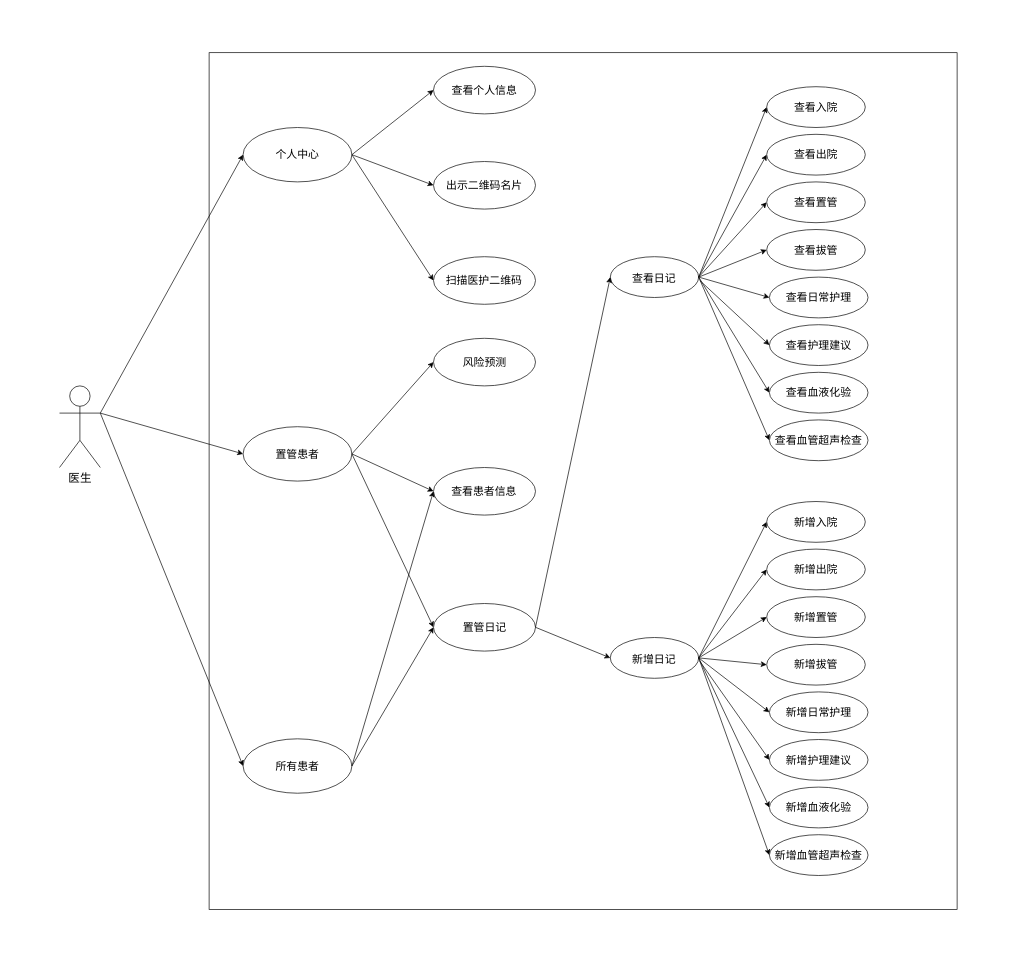
This is 毕设_用况图_医生端_.drawio from ssssszj/Drawio, a draw.io file, before an edit. Source tidied: cells renumbered, new cells numbered last; positions are measured from the earlier drawing's top-left corner, leaving out a move shared by most shapes. Both pictures are drawn from the tidied source at 68%, with x=0, y=0 at pixel (12, 12).
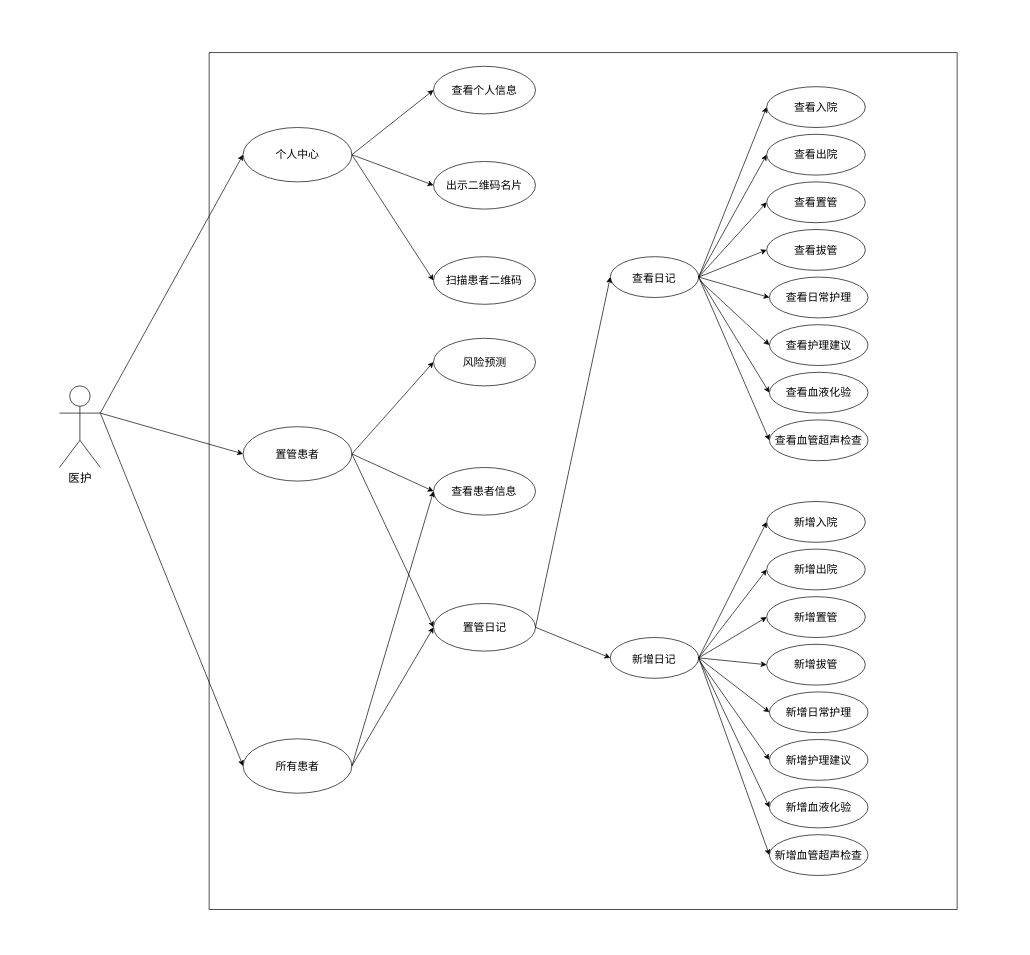
Above is the later version.

Commit message:
更新毕设_用况图_医生端.drawio

Unchanged cells that the change refers to:
```xml
<mxCell id="114" style="group;" parent="113" vertex="1">
  <mxGeometry width="150" height="70" as="geometry" />
</mxCell>
```

Change to the diagram source:
```diff
@@
-    <mxCell id="4" value="医生" style="shape=umlActor;verticalLabelPosition=bottom;verticalAlign=top;html=1;outlineConnect=0;fontSize=17;" parent="1" vertex="1">
+    <mxCell id="4" value="医护" style="shape=umlActor;verticalLabelPosition=bottom;verticalAlign=top;html=1;outlineConnect=0;fontSize=17;" parent="1" vertex="1">
       <mxGeometry x="70" y="550" width="60" height="120" as="geometry" />
     </mxCell>
@@
-    <mxCell id="116" value="&lt;span style=&quot;font-size: 16px;&quot;&gt;扫描医护二维码&lt;/span&gt;" style="text;html=1;align=center;verticalAlign=middle;whiteSpace=wrap;rounded=0;" parent="114" vertex="1">
+    <mxCell id="116" value="&lt;span style=&quot;font-size: 16px;&quot;&gt;扫描患者二维码&lt;/span&gt;" style="text;html=1;align=center;verticalAlign=middle;whiteSpace=wrap;rounded=0;" parent="114" vertex="1">
       <mxGeometry x="14.4" y="21.9" width="121.2" height="26.2" as="geometry" />
     </mxCell>
```
